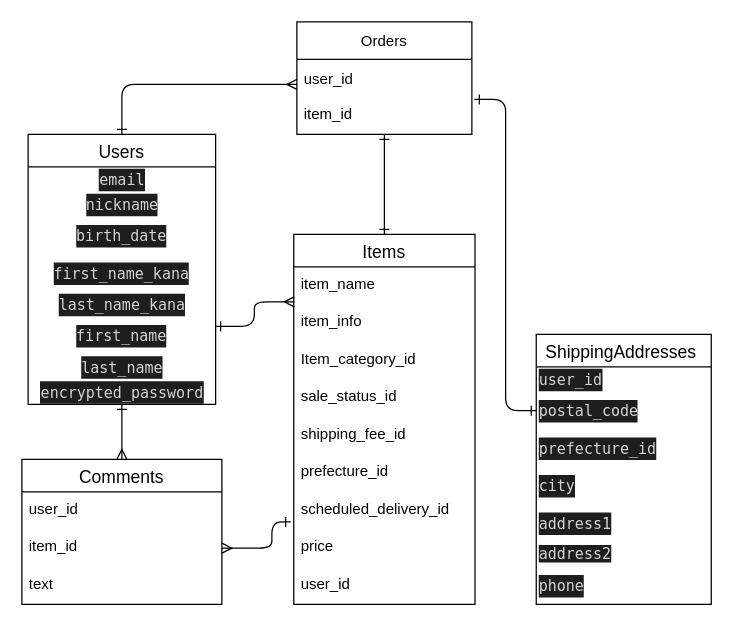
The draw.io diagram furima.dio in KAMEchan01/furima-37271, before the edit. Source tidied: cells renumbered, new cells numbered last; positions are measured from the earlier drawing's top-left corner, leaving out a move shared by most shapes. Both pictures are drawn from the tidied source at 125%, with x=0, y=0 at pixel (21, 21).
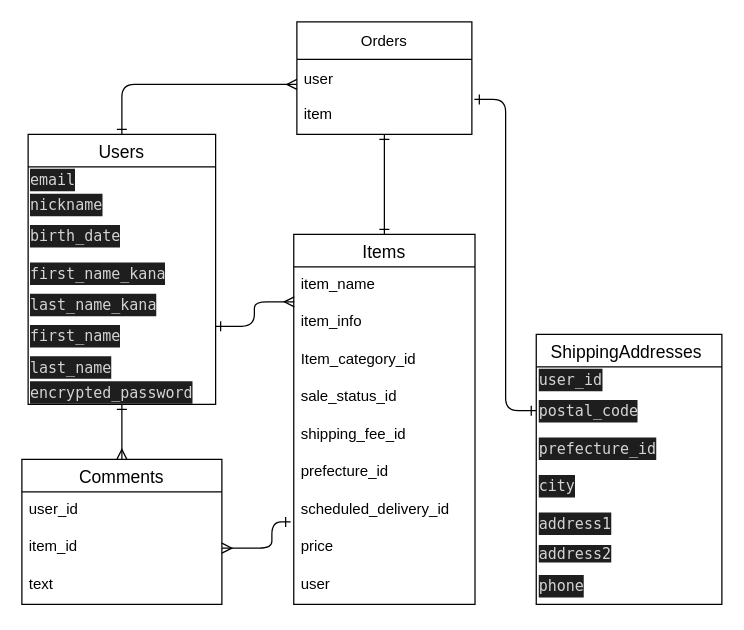
Above is the later version.

Commit message (it also covers changes not shown here):
BD設計再3修正

The change refers to these unchanged cells:
```xml
<mxCell id="4" value="Users" style="swimlane;fontStyle=0;horizontal=1;startSize=26;align=center;fontSize=14;" parent="1" vertex="1">
  <mxGeometry x="5" y="90" width="150" height="216" as="geometry" />
</mxCell>
<mxCell id="21" value="Items" style="swimlane;fontStyle=0;horizontal=1;startSize=26;align=center;fontSize=14;" parent="1" vertex="1">
  <mxGeometry x="217.5" y="170" width="145" height="296" as="geometry" />
</mxCell>
<mxCell id="38" value="Orders" style="swimlane;fontStyle=0;horizontal=1;startSize=30;" parent="1" vertex="1">
  <mxGeometry x="220" width="140" height="90" as="geometry" />
</mxCell>
```

What changed in the source:
```diff
@@
-    <mxCell id="5" value="&lt;div style=&quot;color: rgb(212 , 212 , 212) ; background-color: rgb(30 , 30 , 30) ; font-family: &amp;#34;menlo&amp;#34; , &amp;#34;monaco&amp;#34; , &amp;#34;courier new&amp;#34; , monospace ; line-height: 18px&quot;&gt;email&lt;/div&gt;" style="text;html=1;align=center;verticalAlign=middle;strokeColor=none;fillColor=none;" parent="4" vertex="1">
+    <mxCell id="5" value="&lt;div style=&quot;color: rgb(212 , 212 , 212) ; background-color: rgb(30 , 30 , 30) ; font-family: &amp;quot;menlo&amp;quot; , &amp;quot;monaco&amp;quot; , &amp;quot;courier new&amp;quot; , monospace ; line-height: 18px&quot;&gt;email&lt;/div&gt;" style="text;html=1;align=left;verticalAlign=middle;strokeColor=none;fillColor=none;" parent="4" vertex="1">
       <mxGeometry y="26" width="150" height="20" as="geometry" />
     </mxCell>
-    <mxCell id="6" value="&lt;div style=&quot;color: rgb(212 , 212 , 212) ; background-color: rgb(30 , 30 , 30) ; font-family: &amp;#34;menlo&amp;#34; , &amp;#34;monaco&amp;#34; , &amp;#34;courier new&amp;#34; , monospace ; line-height: 18px&quot;&gt;nickname&lt;/div&gt;" style="text;html=1;align=center;verticalAlign=middle;strokeColor=none;fillColor=none;" parent="4" vertex="1">
+    <mxCell id="6" value="&lt;div style=&quot;color: rgb(212 , 212 , 212) ; background-color: rgb(30 , 30 , 30) ; font-family: &amp;quot;menlo&amp;quot; , &amp;quot;monaco&amp;quot; , &amp;quot;courier new&amp;quot; , monospace ; line-height: 18px&quot;&gt;nickname&lt;/div&gt;" style="text;html=1;align=left;verticalAlign=middle;strokeColor=none;fillColor=none;" parent="4" vertex="1">
       <mxGeometry y="46" width="150" height="20" as="geometry" />
     </mxCell>
-    <mxCell id="7" value="&lt;div style=&quot;color: rgb(212 , 212 , 212) ; background-color: rgb(30 , 30 , 30) ; font-family: &amp;#34;menlo&amp;#34; , &amp;#34;monaco&amp;#34; , &amp;#34;courier new&amp;#34; , monospace ; line-height: 18px&quot;&gt;birth_date&lt;/div&gt;" style="text;html=1;strokeColor=none;fillColor=none;align=center;verticalAlign=middle;whiteSpace=wrap;rounded=0;" parent="4" vertex="1">
+    <mxCell id="7" value="&lt;div style=&quot;color: rgb(212 , 212 , 212) ; background-color: rgb(30 , 30 , 30) ; font-family: &amp;quot;menlo&amp;quot; , &amp;quot;monaco&amp;quot; , &amp;quot;courier new&amp;quot; , monospace ; line-height: 18px&quot;&gt;birth_date&lt;/div&gt;" style="text;html=1;strokeColor=none;fillColor=none;align=left;verticalAlign=middle;whiteSpace=wrap;rounded=0;" parent="4" vertex="1">
       <mxGeometry y="66" width="150" height="30" as="geometry" />
     </mxCell>
-    <mxCell id="8" value="&lt;div style=&quot;color: rgb(212 , 212 , 212) ; background-color: rgb(30 , 30 , 30) ; font-family: &amp;#34;menlo&amp;#34; , &amp;#34;monaco&amp;#34; , &amp;#34;courier new&amp;#34; , monospace ; line-height: 18px&quot;&gt;first_name_kana &lt;/div&gt;" style="text;html=1;strokeColor=none;fillColor=none;align=center;verticalAlign=middle;whiteSpace=wrap;rounded=0;" parent="4" vertex="1">
+    <mxCell id="8" value="&lt;div style=&quot;color: rgb(212 , 212 , 212) ; background-color: rgb(30 , 30 , 30) ; font-family: &amp;quot;menlo&amp;quot; , &amp;quot;monaco&amp;quot; , &amp;quot;courier new&amp;quot; , monospace ; line-height: 18px&quot;&gt;first_name_kana &lt;/div&gt;" style="text;html=1;strokeColor=none;fillColor=none;align=left;verticalAlign=middle;whiteSpace=wrap;rounded=0;" parent="4" vertex="1">
       <mxGeometry y="96" width="150" height="30" as="geometry" />
     </mxCell>
-    <mxCell id="9" value="&lt;div style=&quot;color: rgb(212 , 212 , 212) ; background-color: rgb(30 , 30 , 30) ; font-family: &amp;#34;menlo&amp;#34; , &amp;#34;monaco&amp;#34; , &amp;#34;courier new&amp;#34; , monospace ; line-height: 18px&quot;&gt;last_name_kana&lt;/div&gt;" style="text;html=1;align=center;verticalAlign=middle;strokeColor=none;fillColor=none;" parent="4" vertex="1">
+    <mxCell id="9" value="&lt;div style=&quot;color: rgb(212 , 212 , 212) ; background-color: rgb(30 , 30 , 30) ; font-family: &amp;quot;menlo&amp;quot; , &amp;quot;monaco&amp;quot; , &amp;quot;courier new&amp;quot; , monospace ; line-height: 18px&quot;&gt;last_name_kana&lt;/div&gt;" style="text;html=1;align=left;verticalAlign=middle;strokeColor=none;fillColor=none;" parent="4" vertex="1">
       <mxGeometry y="126" width="150" height="20" as="geometry" />
     </mxCell>
-    <mxCell id="10" value="&lt;div style=&quot;color: rgb(212 , 212 , 212) ; background-color: rgb(30 , 30 , 30) ; font-family: &amp;#34;menlo&amp;#34; , &amp;#34;monaco&amp;#34; , &amp;#34;courier new&amp;#34; , monospace ; line-height: 18px&quot;&gt;first_name&lt;/div&gt;" style="text;html=1;strokeColor=none;fillColor=none;align=center;verticalAlign=middle;whiteSpace=wrap;rounded=0;" parent="4" vertex="1">
+    <mxCell id="10" value="&lt;div style=&quot;color: rgb(212 , 212 , 212) ; background-color: rgb(30 , 30 , 30) ; font-family: &amp;quot;menlo&amp;quot; , &amp;quot;monaco&amp;quot; , &amp;quot;courier new&amp;quot; , monospace ; line-height: 18px&quot;&gt;first_name&lt;/div&gt;" style="text;html=1;strokeColor=none;fillColor=none;align=left;verticalAlign=middle;whiteSpace=wrap;rounded=0;" parent="4" vertex="1">
       <mxGeometry y="146" width="150" height="30" as="geometry" />
     </mxCell>
-    <mxCell id="11" value="&lt;div style=&quot;color: rgb(212 , 212 , 212) ; background-color: rgb(30 , 30 , 30) ; font-family: &amp;#34;menlo&amp;#34; , &amp;#34;monaco&amp;#34; , &amp;#34;courier new&amp;#34; , monospace ; line-height: 18px&quot;&gt;last_name&lt;/div&gt;" style="text;html=1;align=center;verticalAlign=middle;strokeColor=none;fillColor=none;" parent="4" vertex="1">
+    <mxCell id="11" value="&lt;div style=&quot;color: rgb(212 , 212 , 212) ; background-color: rgb(30 , 30 , 30) ; font-family: &amp;quot;menlo&amp;quot; , &amp;quot;monaco&amp;quot; , &amp;quot;courier new&amp;quot; , monospace ; line-height: 18px&quot;&gt;last_name&lt;/div&gt;" style="text;html=1;align=left;verticalAlign=middle;strokeColor=none;fillColor=none;" parent="4" vertex="1">
       <mxGeometry y="176" width="150" height="20" as="geometry" />
     </mxCell>
-    <mxCell id="12" value="&lt;div style=&quot;color: rgb(212 , 212 , 212) ; background-color: rgb(30 , 30 , 30) ; font-family: &amp;#34;menlo&amp;#34; , &amp;#34;monaco&amp;#34; , &amp;#34;courier new&amp;#34; , monospace ; line-height: 18px&quot;&gt;encrypted_password&lt;/div&gt;" style="text;html=1;align=center;verticalAlign=middle;strokeColor=none;fillColor=none;" parent="4" vertex="1">
+    <mxCell id="12" value="&lt;div style=&quot;color: rgb(212 , 212 , 212) ; background-color: rgb(30 , 30 , 30) ; font-family: &amp;quot;menlo&amp;quot; , &amp;quot;monaco&amp;quot; , &amp;quot;courier new&amp;quot; , monospace ; line-height: 18px&quot;&gt;encrypted_password&lt;/div&gt;" style="text;html=1;align=left;verticalAlign=middle;strokeColor=none;fillColor=none;" parent="4" vertex="1">
       <mxGeometry y="196" width="150" height="20" as="geometry" />
     </mxCell>
     <mxCell id="13" value="ShippingAddresses " style="swimlane;fontStyle=0;horizontal=1;startSize=26;align=center;fontSize=14;" parent="1" vertex="1">
-      <mxGeometry x="411.5" y="250" width="140" height="216" as="geometry" />
+      <mxGeometry x="411.5" y="250" width="148.5" height="216" as="geometry" />
     </mxCell>
     <mxCell id="14" value="&lt;div style=&quot;color: rgb(212 , 212 , 212) ; background-color: rgb(30 , 30 , 30) ; font-family: &amp;quot;menlo&amp;quot; , &amp;quot;monaco&amp;quot; , &amp;quot;courier new&amp;quot; , monospace ; line-height: 18px&quot;&gt;user_id&lt;/div&gt;" style="text;html=1;align=left;verticalAlign=middle;strokeColor=none;fillColor=none;rotation=0;" parent="13" vertex="1">
-      <mxGeometry y="26" width="140" height="20" as="geometry" />
+      <mxGeometry y="26" width="148.5" height="20" as="geometry" />
     </mxCell>
     <mxCell id="15" value="&lt;div style=&quot;color: rgb(212 , 212 , 212) ; background-color: rgb(30 , 30 , 30) ; font-family: &amp;quot;menlo&amp;quot; , &amp;quot;monaco&amp;quot; , &amp;quot;courier new&amp;quot; , monospace ; line-height: 18px&quot;&gt;postal_code&lt;/div&gt;" style="text;html=1;strokeColor=none;fillColor=none;align=left;verticalAlign=middle;whiteSpace=wrap;rounded=0;" parent="13" vertex="1">
-      <mxGeometry y="46" width="140" height="30" as="geometry" />
+      <mxGeometry y="46" width="148.5" height="30" as="geometry" />
     </mxCell>
     <mxCell id="16" value="&lt;div style=&quot;color: rgb(212 , 212 , 212) ; background-color: rgb(30 , 30 , 30) ; font-family: &amp;#34;menlo&amp;#34; , &amp;#34;monaco&amp;#34; , &amp;#34;courier new&amp;#34; , monospace ; line-height: 18px&quot;&gt;prefecture_id&lt;/div&gt;" style="text;html=1;strokeColor=none;fillColor=none;align=left;verticalAlign=middle;whiteSpace=wrap;rounded=0;" parent="13" vertex="1">
-      <mxGeometry y="76" width="140" height="30" as="geometry" />
+      <mxGeometry y="76" width="148.5" height="30" as="geometry" />
     </mxCell>
     <mxCell id="17" value="&lt;div style=&quot;color: rgb(212 , 212 , 212) ; background-color: rgb(30 , 30 , 30) ; font-family: &amp;quot;menlo&amp;quot; , &amp;quot;monaco&amp;quot; , &amp;quot;courier new&amp;quot; , monospace ; line-height: 18px&quot;&gt;city&lt;/div&gt;" style="text;html=1;strokeColor=none;fillColor=none;align=left;verticalAlign=middle;whiteSpace=wrap;rounded=0;" parent="13" vertex="1">
-      <mxGeometry y="106" width="140" height="30" as="geometry" />
+      <mxGeometry y="106" width="148.5" height="30" as="geometry" />
     </mxCell>
     <mxCell id="18" value="&lt;div style=&quot;color: rgb(212 , 212 , 212) ; background-color: rgb(30 , 30 , 30) ; font-family: &amp;quot;menlo&amp;quot; , &amp;quot;monaco&amp;quot; , &amp;quot;courier new&amp;quot; , monospace ; line-height: 18px&quot;&gt;address1&lt;/div&gt;" style="text;html=1;strokeColor=none;fillColor=none;align=left;verticalAlign=middle;whiteSpace=wrap;rounded=0;" parent="13" vertex="1">
-      <mxGeometry y="136" width="140" height="30" as="geometry" />
+      <mxGeometry y="136" width="148.5" height="30" as="geometry" />
     </mxCell>
     <mxCell id="19" value="&lt;span style=&quot;background-color: rgb(30 , 30 , 30) ; color: rgb(212 , 212 , 212) ; font-family: &amp;quot;menlo&amp;quot; , &amp;quot;monaco&amp;quot; , &amp;quot;courier new&amp;quot; , monospace&quot;&gt;address2&lt;/span&gt;" style="text;html=1;align=left;verticalAlign=middle;strokeColor=none;fillColor=none;" parent="13" vertex="1">
-      <mxGeometry y="166" width="140" height="20" as="geometry" />
+      <mxGeometry y="166" width="148.5" height="20" as="geometry" />
     </mxCell>
     <mxCell id="20" value="&lt;div style=&quot;color: rgb(212 , 212 , 212) ; background-color: rgb(30 , 30 , 30) ; font-family: &amp;quot;menlo&amp;quot; , &amp;quot;monaco&amp;quot; , &amp;quot;courier new&amp;quot; , monospace ; line-height: 18px&quot;&gt;phone &lt;/div&gt;" style="text;html=1;strokeColor=none;fillColor=none;align=left;verticalAlign=middle;whiteSpace=wrap;rounded=0;" parent="13" vertex="1">
-      <mxGeometry y="186" width="140" height="30" as="geometry" />
+      <mxGeometry y="186" width="148.5" height="30" as="geometry" />
     </mxCell>
@@
-    <mxCell id="30" value="user_id" style="text;strokeColor=none;fillColor=none;spacingLeft=4;spacingRight=4;overflow=hidden;fontSize=12;" parent="21" vertex="1">
+    <mxCell id="30" value="user" style="text;strokeColor=none;fillColor=none;spacingLeft=4;spacingRight=4;overflow=hidden;fontSize=12;" parent="21" vertex="1">
       <mxGeometry y="266" width="145" height="30" as="geometry" />
     </mxCell>
@@
-    <mxCell id="39" value="user_id" style="text;strokeColor=none;fillColor=none;align=left;verticalAlign=middle;spacingLeft=4;spacingRight=4;overflow=hidden;" parent="38" vertex="1">
+    <mxCell id="39" value="user    " style="text;strokeColor=none;fillColor=none;align=left;verticalAlign=middle;spacingLeft=4;spacingRight=4;overflow=hidden;" parent="38" vertex="1">
       <mxGeometry y="30" width="140" height="30" as="geometry" />
     </mxCell>
-    <mxCell id="40" value="item_id" style="text;strokeColor=none;fillColor=none;spacingLeft=4;spacingRight=4;overflow=hidden;points=[[0,0.5],[1,0.5]];portConstraint=eastwest;fontSize=12;" parent="38" vertex="1">
+    <mxCell id="40" value="item" style="text;strokeColor=none;fillColor=none;spacingLeft=4;spacingRight=4;overflow=hidden;points=[[0,0.5],[1,0.5]];portConstraint=eastwest;fontSize=12;" parent="38" vertex="1">
       <mxGeometry y="60" width="140" height="30" as="geometry" />
     </mxCell>
```
